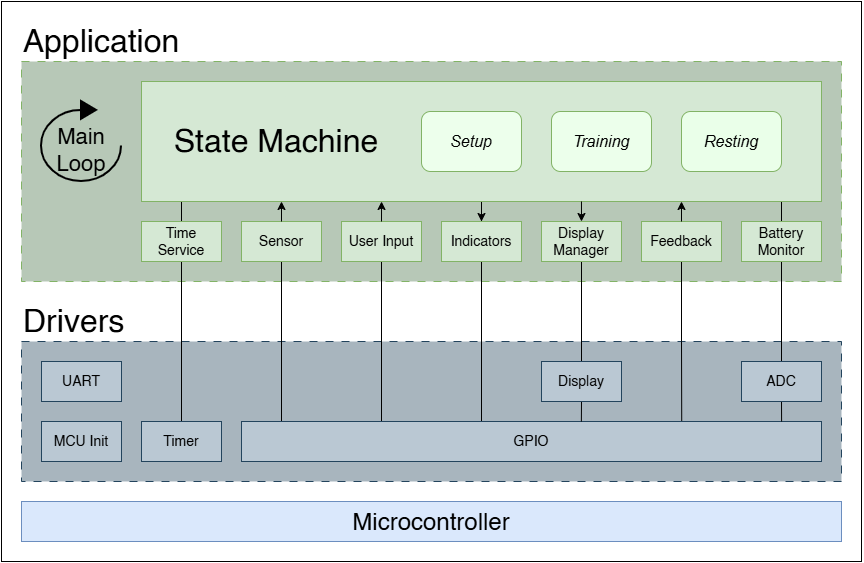
Above: docs/architecture/software-architecture.png in Mohamed-Lamara/arm-flex (draw.io), before the change. Source tidied: cells renumbered, new cells last; positions are measured from the earlier drawing's top-left corner, leaving out a move shared by most shapes.
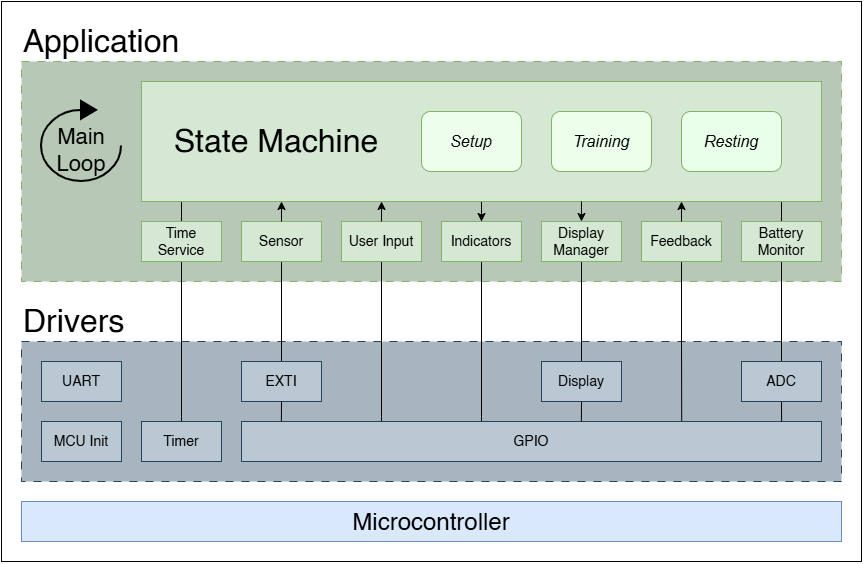
Later version of the same file.

Change to the diagram source:
```diff
@@ -51,10 +51,8 @@
     <mxCell id="16" value="&lt;font style=&quot;font-size: 14px;&quot;&gt;User Input&lt;/font&gt;" style="rounded=0;whiteSpace=wrap;html=1;fillColor=#d5e8d4;strokeColor=#82b366;" parent="1" vertex="1">
       <mxGeometry x="340" y="220" width="80" height="40" as="geometry" />
     </mxCell>
-    <mxCell id="17" style="edgeStyle=orthogonalEdgeStyle;rounded=0;jettySize=auto;html=1;exitX=0.5;exitY=1;exitDx=0;exitDy=0;endArrow=none;endFill=0;" parent="1" edge="1" source="18">
-      <mxGeometry relative="1" as="geometry">
-        <mxPoint x="280" y="460" as="targetPoint" />
-      </mxGeometry>
+    <mxCell id="17" style="edgeStyle=orthogonalEdgeStyle;rounded=0;jettySize=auto;html=1;exitX=0.5;exitY=1;exitDx=0;exitDy=0;endArrow=none;endFill=0;entryX=0.5;entryY=0;entryDx=0;entryDy=0;" parent="1" edge="1" source="18" target="45">
+      <mxGeometry relative="1" as="geometry" />
     </mxCell>
     <mxCell id="18" value="&lt;font style=&quot;font-size: 14px;&quot;&gt;Sensor&lt;/font&gt;" style="rounded=0;whiteSpace=wrap;html=1;fillColor=#d5e8d4;strokeColor=#82b366;" parent="1" vertex="1">
       <mxGeometry x="240" y="220" width="80" height="40" as="geometry" />
@@ -143,5 +141,13 @@
     <mxCell id="44" value="&lt;span style=&quot;font-size: 14px;&quot;&gt;UART&lt;/span&gt;" style="rounded=0;whiteSpace=wrap;html=1;fillColor=#bac8d3;strokeColor=#23445d;" parent="1" vertex="1">
       <mxGeometry x="40" y="360" width="80" height="40" as="geometry" />
     </mxCell>
+    <mxCell id="45" value="&lt;font style=&quot;font-size: 14px;&quot;&gt;EXTI&lt;/font&gt;" style="rounded=0;whiteSpace=wrap;html=1;fillColor=#bac8d3;strokeColor=#23445d;" parent="1" vertex="1">
+      <mxGeometry x="240" y="360" width="80" height="40" as="geometry" />
+    </mxCell>
+    <mxCell id="46" style="edgeStyle=orthogonalEdgeStyle;rounded=0;jettySize=auto;html=1;exitX=0.5;exitY=1;exitDx=0;exitDy=0;endArrow=none;endFill=0;" parent="1" edge="1" source="45">
+      <mxGeometry relative="1" as="geometry">
+        <mxPoint x="279.9" y="420" as="targetPoint" />
+      </mxGeometry>
+    </mxCell>
   </root>
 </mxGraphModel>
```
